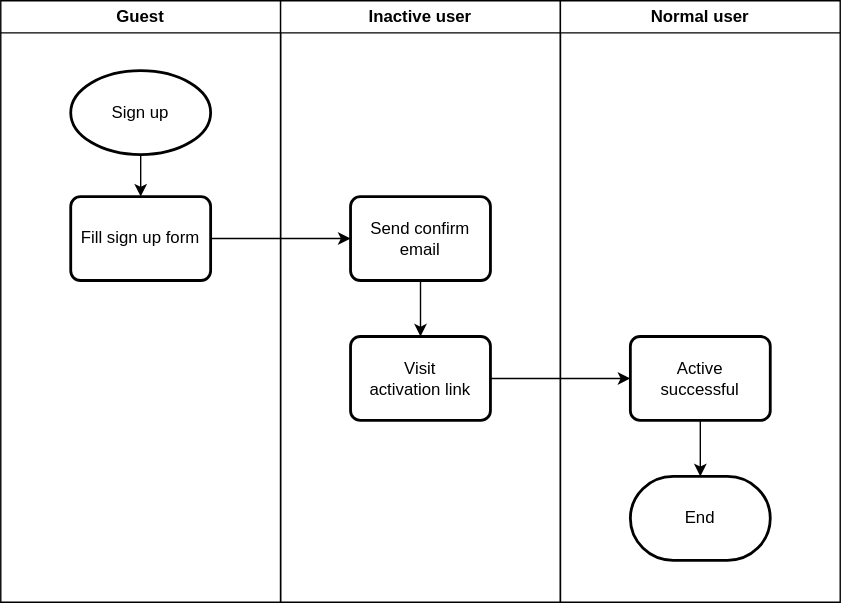
The draw.io diagram zh-CN/img/docs/users-signup.drawio.svg in Octobug/answer-website, before a commit. Source tidied: cells renumbered, new cells last; positions are measured from the earlier drawing's top-left corner, leaving out a move shared by most shapes.
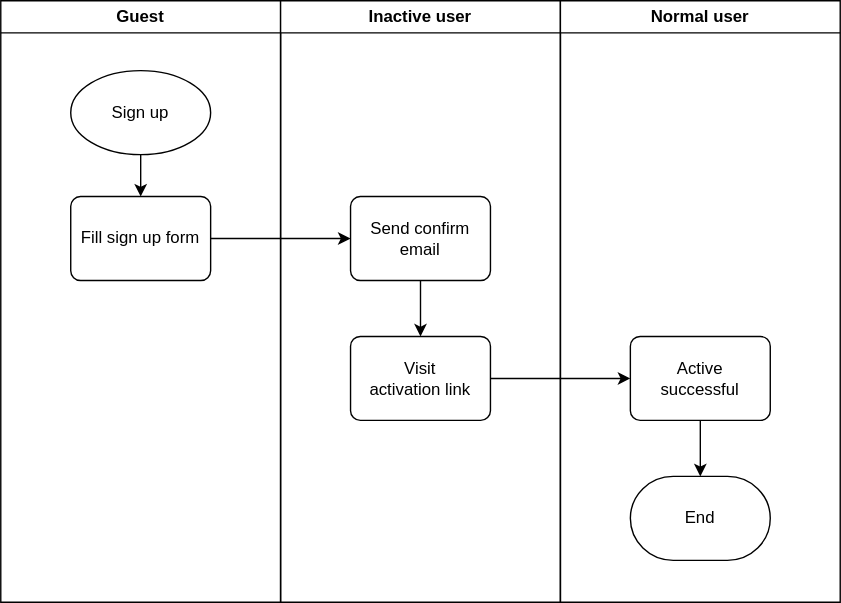
The same diagram one commit later.

Change to the diagram source:
```diff
@@ -5,16 +5,16 @@
     <mxCell id="2" value="Guest" style="swimlane;whiteSpace=wrap;html=1;" parent="1" vertex="1">
       <mxGeometry width="200" height="430" as="geometry" />
     </mxCell>
-    <mxCell id="3" value="Sign up" style="strokeWidth=2;html=1;shape=mxgraph.flowchart.start_1;whiteSpace=wrap;" parent="2" vertex="1">
+    <mxCell id="3" value="Sign up" style="strokeWidth=1;html=1;shape=mxgraph.flowchart.start_1;whiteSpace=wrap;" parent="2" vertex="1">
       <mxGeometry x="50" y="50" width="100" height="60" as="geometry" />
     </mxCell>
     <mxCell id="4" value="Inactive user" style="swimlane;whiteSpace=wrap;html=1;" parent="1" vertex="1">
       <mxGeometry x="200" width="200" height="430" as="geometry" />
     </mxCell>
-    <mxCell id="5" value="Visit&lt;br&gt;activation link" style="rounded=1;whiteSpace=wrap;html=1;absoluteArcSize=1;arcSize=14;strokeWidth=2;" parent="4" vertex="1">
+    <mxCell id="5" value="Visit&lt;br&gt;activation link" style="rounded=1;whiteSpace=wrap;html=1;absoluteArcSize=1;arcSize=14;strokeWidth=1;" parent="4" vertex="1">
       <mxGeometry x="50" y="240" width="100" height="60" as="geometry" />
     </mxCell>
-    <mxCell id="6" value="Send confirm&lt;br&gt;email" style="rounded=1;whiteSpace=wrap;html=1;absoluteArcSize=1;arcSize=14;strokeWidth=2;" parent="4" vertex="1">
+    <mxCell id="6" value="Send confirm&lt;br&gt;email" style="rounded=1;whiteSpace=wrap;html=1;absoluteArcSize=1;arcSize=14;strokeWidth=1;" parent="4" vertex="1">
       <mxGeometry x="50" y="140" width="100" height="60" as="geometry" />
     </mxCell>
     <mxCell id="7" style="edgeStyle=none;html=1;entryX=0.5;entryY=0;entryDx=0;entryDy=0;" parent="4" edge="1" source="6" target="5">
@@ -23,7 +23,7 @@
     <mxCell id="8" value="Normal user" style="swimlane;whiteSpace=wrap;html=1;" parent="1" vertex="1">
       <mxGeometry x="400" width="200" height="430" as="geometry" />
     </mxCell>
-    <mxCell id="9" value="Active&lt;br&gt;successful" style="rounded=1;whiteSpace=wrap;html=1;absoluteArcSize=1;arcSize=14;strokeWidth=2;" parent="8" vertex="1">
+    <mxCell id="9" value="Active&lt;br&gt;successful" style="rounded=1;whiteSpace=wrap;html=1;absoluteArcSize=1;arcSize=14;strokeWidth=1;" parent="8" vertex="1">
       <mxGeometry x="50" y="240" width="100" height="60" as="geometry" />
     </mxCell>
     <mxCell id="10" style="edgeStyle=none;html=1;entryX=0.5;entryY=0;entryDx=0;entryDy=0;exitX=0.5;exitY=1;exitDx=0;exitDy=0;exitPerimeter=0;" parent="1" edge="1" source="3" target="12">
@@ -32,13 +32,13 @@
     <mxCell id="11" style="edgeStyle=none;html=1;entryX=0;entryY=0.5;entryDx=0;entryDy=0;" parent="1" edge="1" source="12" target="6">
       <mxGeometry relative="1" as="geometry" />
     </mxCell>
-    <mxCell id="12" value="Fill sign up form" style="rounded=1;whiteSpace=wrap;html=1;absoluteArcSize=1;arcSize=14;strokeWidth=2;" parent="1" vertex="1">
+    <mxCell id="12" value="Fill sign up form" style="rounded=1;whiteSpace=wrap;html=1;absoluteArcSize=1;arcSize=14;strokeWidth=1;" parent="1" vertex="1">
       <mxGeometry x="50" y="140" width="100" height="60" as="geometry" />
     </mxCell>
     <mxCell id="13" style="edgeStyle=none;html=1;entryX=0;entryY=0.5;entryDx=0;entryDy=0;" parent="1" edge="1" source="5" target="9">
       <mxGeometry relative="1" as="geometry" />
     </mxCell>
-    <mxCell id="14" value="End" style="strokeWidth=2;html=1;shape=mxgraph.flowchart.terminator;whiteSpace=wrap;" parent="1" vertex="1">
+    <mxCell id="14" value="End" style="strokeWidth=1;html=1;shape=mxgraph.flowchart.terminator;whiteSpace=wrap;" parent="1" vertex="1">
       <mxGeometry x="450" y="340" width="100" height="60" as="geometry" />
     </mxCell>
     <mxCell id="15" style="edgeStyle=none;html=1;entryX=0.5;entryY=0;entryDx=0;entryDy=0;entryPerimeter=0;" parent="1" edge="1" source="9" target="14">
```
